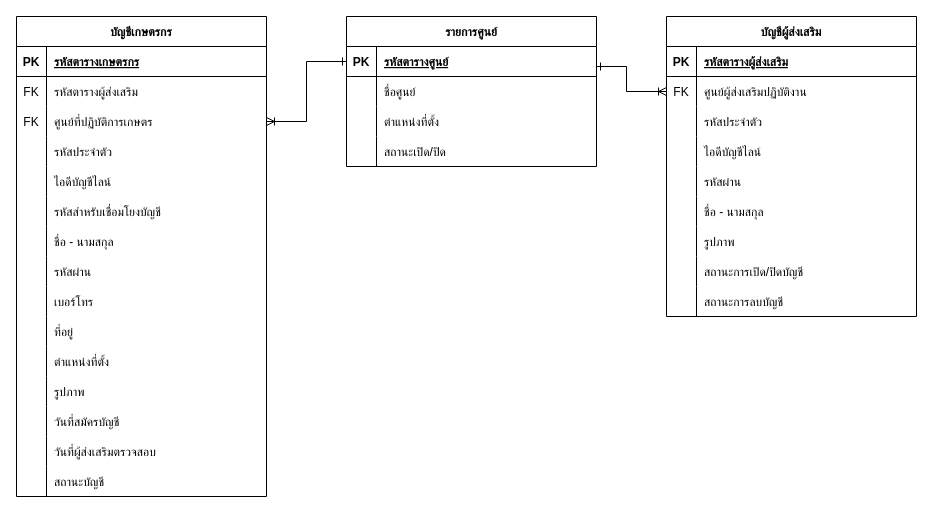
thanawat1303/PROJECT-GAP keeps this draw.io diagram as workFlow/ความสัมพันธุ์ ศูนย์ในโครงการกับเกษตรกรและเจ้าหน้าที่ส่งเสริม.drawio. Above is the earlier version. Source tidied: cells renumbered, new cells numbered last; positions are measured from the earlier drawing's top-left corner, leaving out a move shared by most shapes. Both pictures are drawn from the tidied source at 100%, with x=0, y=0 at pixel (16, 16).
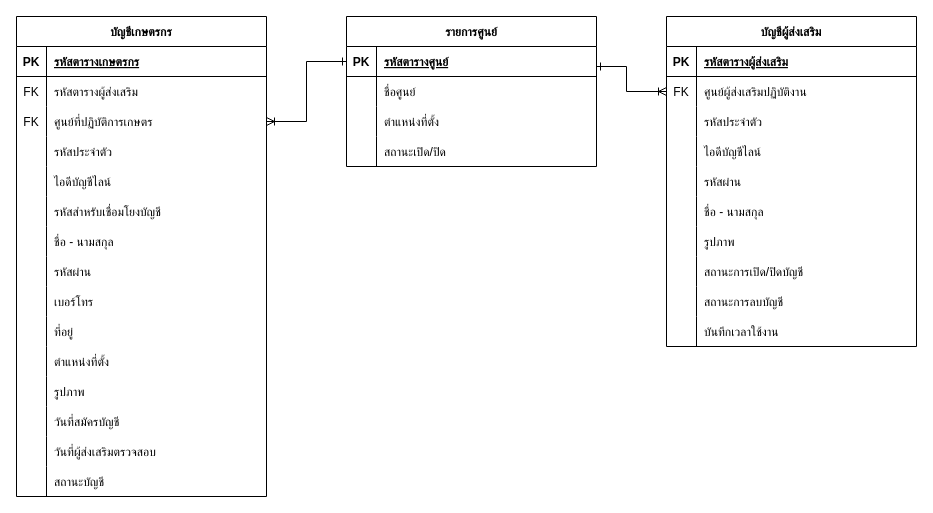
Above is the later version.

Diff of the diagram source:
```diff
@@
     <mxCell id="2" value="บัญชีผู้ส่งเสริม" style="shape=table;startSize=30;childLayout=tableLayout;rowLines=0;fontStyle=1;align=center;" parent="1" vertex="1">
-      <mxGeometry x="650" width="250" height="300" as="geometry" />
+      <mxGeometry x="650" width="250" height="330" as="geometry" />
     </mxCell>
@@
+    <mxCell id="91" style="shape=partialRectangle;fillColor=none;top=0;left=0;right=0;bottom=0;" parent="2" vertex="1">
+      <mxGeometry y="300" width="250" height="30" as="geometry" />
+    </mxCell>
+    <mxCell id="92" style="shape=partialRectangle;overflow=hidden;fillColor=none;top=0;left=0;bottom=0;right=0;" parent="91" vertex="1">
+      <mxGeometry width="30" height="30" as="geometry" />
+    </mxCell>
+    <mxCell id="93" value="บันทึกเวลาใช้งาน" style="shape=partialRectangle;overflow=hidden;fillColor=none;top=0;left=0;bottom=0;right=0;align=left;spacingLeft=6;" parent="91" vertex="1">
+      <mxGeometry x="30" width="220" height="30" as="geometry" />
+    </mxCell>
```
